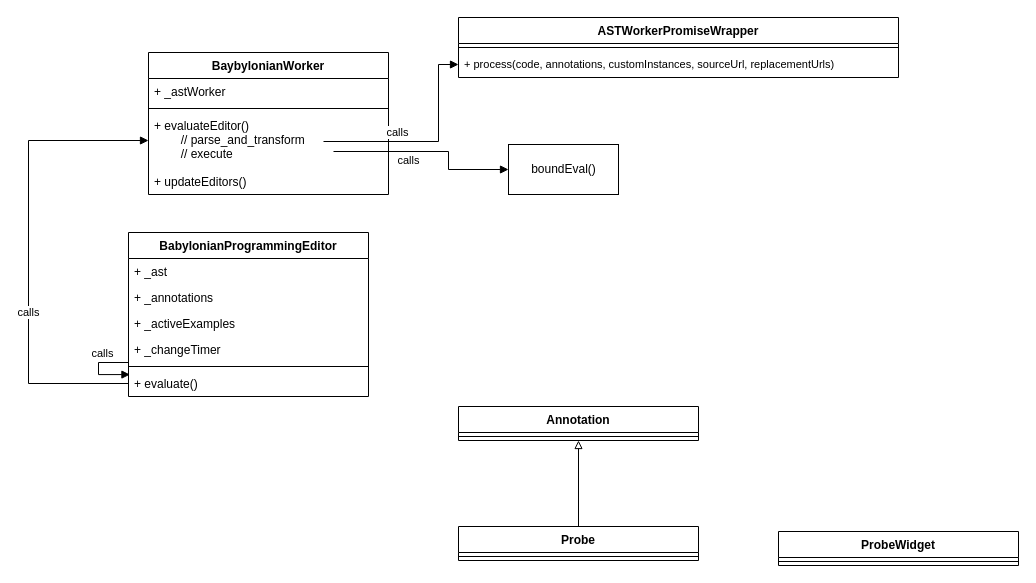
Before: src/babylonian-programming-editor/architecture.drawio in LivelyKernel/lively4-core, a draw.io diagram. Source tidied: cells renumbered, new cells numbered last; positions are measured from the earlier drawing's top-left corner, leaving out a move shared by most shapes. Both pictures are drawn from the tidied source at 100%, with x=0, y=0 at pixel (28, 17).
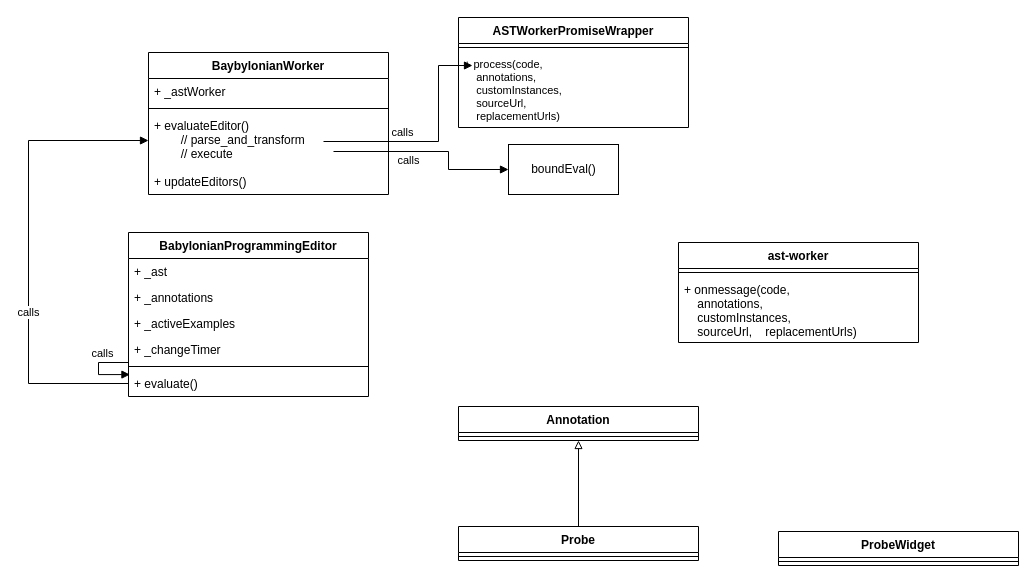
The same diagram, later.

Diff of the diagram source:
```diff
@@
     <mxCell id="24" value="ASTWorkerPromiseWrapper" style="swimlane;fontStyle=1;align=center;verticalAlign=top;horizontal=1;startSize=26;" parent="1" vertex="1">
-      <mxGeometry x="430" width="440" height="60" as="geometry" />
+      <mxGeometry x="430" width="230" height="110" as="geometry" />
     </mxCell>
     <mxCell id="25" style="line;strokeWidth=1;fillColor=none;align=left;verticalAlign=middle;spacingTop=-1;spacingLeft=3;spacingRight=3;labelPosition=right;" parent="24" vertex="1">
-      <mxGeometry y="26" width="440" height="8" as="geometry" />
+      <mxGeometry y="26" width="230" height="8" as="geometry" />
     </mxCell>
-    <mxCell id="26" value="+ process(code, annotations, customInstances, sourceUrl, replacementUrls)" style="text;strokeColor=none;fillColor=none;align=left;verticalAlign=top;spacingLeft=4;spacingRight=4;overflow=hidden;points=[[0,0.5],[1,0.5]];portConstraint=eastwest;fontSize=11;" parent="24" vertex="1">
-      <mxGeometry y="34" width="440" height="26" as="geometry" />
+    <mxCell id="26" value="+ process(code, &#10;    annotations, &#10;    customInstances, &#10;    sourceUrl, &#10;    replacementUrls)" style="text;strokeColor=none;fillColor=none;align=left;verticalAlign=top;spacingLeft=4;spacingRight=4;overflow=hidden;points=[[0,0.5],[1,0.5]];portConstraint=eastwest;fontSize=11;fontStyle=0;" parent="24" vertex="1">
+      <mxGeometry y="34" width="230" height="76" as="geometry" />
     </mxCell>
-    <mxCell id="27" value="calls" style="html=1;verticalAlign=bottom;endArrow=block;rounded=0;edgeStyle=elbowEdgeStyle;" parent="1" edge="1" target="26">
+    <mxCell id="27" value="calls" style="html=1;verticalAlign=bottom;endArrow=block;rounded=0;edgeStyle=elbowEdgeStyle;" parent="1" edge="1">
       <mxGeometry x="-0.3" relative="1" as="geometry">
         <mxPoint x="295" y="124" as="sourcePoint" />
+        <mxPoint x="444" y="48" as="targetPoint" />
         <Array as="points">
           <mxPoint x="410" y="95" />
           <mxPoint x="400" y="386" />
           <mxPoint x="520" y="355" />
         </Array>
       </mxGeometry>
     </mxCell>
@@
+    <mxCell id="29" value="ast-worker" style="swimlane;fontStyle=1;align=center;verticalAlign=top;horizontal=1;startSize=26;" parent="1" vertex="1">
+      <mxGeometry x="650" y="225" width="240" height="100" as="geometry" />
+    </mxCell>
+    <mxCell id="30" style="line;strokeWidth=1;fillColor=none;align=left;verticalAlign=middle;spacingTop=-1;spacingLeft=3;spacingRight=3;labelPosition=right;" parent="29" vertex="1">
+      <mxGeometry y="26" width="240" height="8" as="geometry" />
+    </mxCell>
+    <mxCell id="31" value="+ onmessage(code, &#10;    annotations, &#10;    customInstances, &#10;    sourceUrl,    replacementUrls)" style="text;strokeColor=none;fillColor=none;align=left;verticalAlign=top;spacingLeft=4;spacingRight=4;overflow=hidden;" parent="29" vertex="1">
+      <mxGeometry y="34" width="240" height="66" as="geometry" />
+    </mxCell>
```
